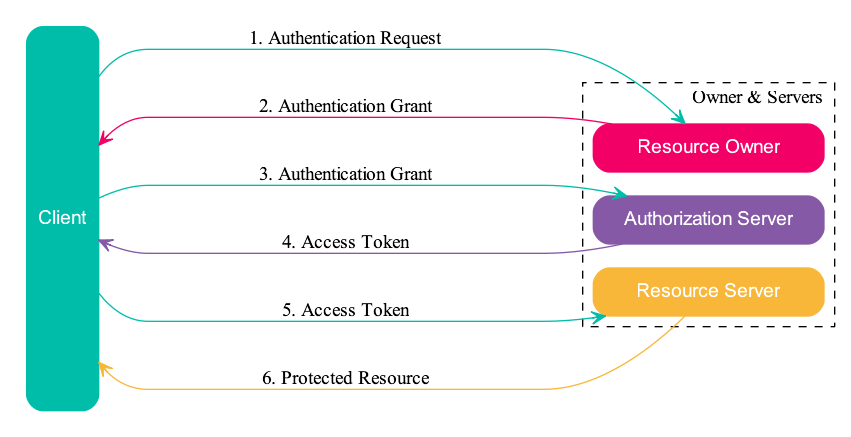
Earlier version of the Graphviz export static/image/2019/07/oauth-abstract-protocol-flow.png (Jeanhwea/jeanhwea.github.io). Its source is kept beside it as static/image/2019/07/oauth-abstract-protocol-flow.dot. Its diagram source:
```dot
digraph ProtocolFlow {
  rankdir=LR;
  node
  [
   shape=box;
   style="filled,rounded";
   fontcolor="#ffffff";
   fontname="Arial"
  ];

  subgraph cluster_0 {
    client [color="#00bdaa", height=4, label="Client"];
    style=invis;
  }

  subgraph cluster_1 {
    owner [color="#f30067", width=2.4, label="Resource Owner"];
    authsrv [color="#8559a5", width=2.4, label="Authorization Server"];
    ressrv [color="#f8b739", width=2.4, label="Resource Server"];
    style=dashed;
    label="Owner & Servers";
    labeljust="r";
  }

  edge [minlen=6, arrowhead=vee, arrowtail=vee];
  client -> owner [color="#00bdaa", label="1. Authentication Request"];
  owner -> client [color="#f30067", label="2. Authentication Grant"];

  authsrv -> client [color="#00bdaa", dir=back, label="3. Authentication Grant"];
  client -> authsrv [color="#8559a5", dir=back, label="4. Access Token"];

  client -> ressrv [color="#00bdaa", label="5. Access Token"];
  ressrv -> client [color="#f8b739", label="6. Protected Resource"];
}
```
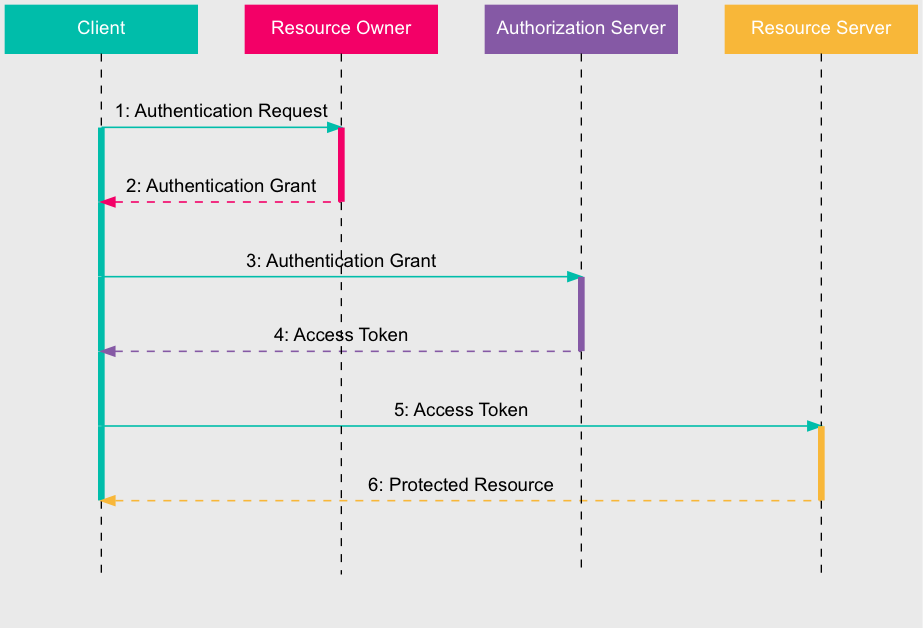
After the change.

Commit message:
finish sequence diagram

Diff of the diagram source:
```diff
@@ -1,34 +1,58 @@
 digraph ProtocolFlow {
-  rankdir=LR;
+  bgcolor="#eaeaea";
+  ranksep=0.75;
   node
   [
    shape=box;
-   style="filled,rounded";
+   style="filled";
    fontcolor="#ffffff";
    fontname="Arial"
-  ];
+   ];
 
-  subgraph cluster_0 {
-    client [color="#00bdaa", height=4, label="Client"];
-    style=invis;
-  }
+  client [color="#00bdaa", width=2, label="Client", group=g_client];
+  p00, p01, p02, p03, p04, p05 [shape=point, width=0, label="", group=g_client];
+  p09 [style=invis, label="", group=g_client];
+  client -> p00 [style=dashed, arrowhead=none];
+  p05 -> p09 [style=dashed, arrowhead=none];
+  p00 -> p01 -> p02 -> p03 -> p04 -> p05 [style=none, color="#00bdaa", penwidth=5, arrowhead=none];
 
-  subgraph cluster_1 {
-    owner [color="#f30067", width=2.4, label="Resource Owner"];
-    authsrv [color="#8559a5", width=2.4, label="Authorization Server"];
-    ressrv [color="#f8b739", width=2.4, label="Resource Server"];
-    style=dashed;
-    label="Owner & Servers";
-    labeljust="r";
-  }
+  owner [color="#f30067", width=2, label="Resource Owner", group=g_owner];
+  p10, p11 [shape=point, width=0, label="", group=g_owner];
+  p19 [style=invis, label="", group=g_owner];
+  owner -> p10 [style=dashed, arrowhead=none];
+  p11 -> p19 [style=dashed, arrowhead=none];
+  p10 -> p11 [style=none, color="#f30067", penwidth=5, arrowhead=none];
 
-  edge [minlen=6, arrowhead=vee, arrowtail=vee];
-  client -> owner [color="#00bdaa", label="1. Authentication Request"];
-  owner -> client [color="#f30067", label="2. Authentication Grant"];
+  auth [color="#8559a5", width=2, label="Authorization Server", group=g_auth];
+  p22, p23 [shape=point, width=0, label="", group=g_auth];
+  p29 [style=invis, label="", group=g_auth];
+  auth -> p22 [style=dashed, arrowhead=none];
+  p23 -> p29 [style=dashed, arrowhead=none];
+  p22 -> p23 [style=none, color="#8559a5", penwidth=5, arrowhead=none];
 
-  authsrv -> client [color="#00bdaa", dir=back, label="3. Authentication Grant"];
-  client -> authsrv [color="#8559a5", dir=back, label="4. Access Token"];
+  res [color="#f8b739", width=2, label="Resource Server", group=g_res];
+  p34, p35[shape=point, width=0, label="", group=g_res];
+  p39 [style=invis, label="", group=g_res];
+  res -> p34 [style=dashed, arrowhead=none];
+  p35 -> p39 [style=dashed, arrowhead=none];
+  p34 -> p35 [style=none, color="#f8b739", penwidth=5, arrowhead=none];
 
-  client -> ressrv [color="#00bdaa", label="5. Access Token"];
-  ressrv -> client [color="#f8b739", label="6. Protected Resource"];
+  { rank=same; client; owner; auth; res; }
+  { rank=same; p00; p10; }
+  { rank=same; p01; p11; }
+  { rank=same; p02; p22; }
+  { rank=same; p03; p23; }
+  { rank=same; p04; p34; }
+  { rank=same; p05; p35; }
+  { rank=same; p09; p19; p29; p39 }
+  client -> owner -> auth -> res [style=invis];
+  p09 -> p19 -> p29 -> p39 [style=invis];
+
+  edge [fontname="Arial"];
+  p00 -> p10 [color="#00bdaa", penwidth=1.2, arrowhead=normal, label="1: Authentication Request"];
+  p01 -> p11 [color="#f30067", penwidth=1.2, arrowtail=normal, style=dashed, dir=back, label="2: Authentication Grant"];
+  p02 -> p22 [color="#00bdaa", penwidth=1.2, arrowhead=normal, label="3: Authentication Grant"];
+  p03 -> p23 [color="#8559a5", penwidth=1.2, arrowtail=normal, style=dashed, dir=back, label="4: Access Token"];
+  p04 -> p34 [color="#00bdaa", penwidth=1.2, arrowhead=normal, label="5: Access Token"];
+  p05 -> p35 [color="#f8b739", penwidth=1.2, arrowtail=normal, style=dashed, dir=back, label="6: Protected Resource"];
 }
```
